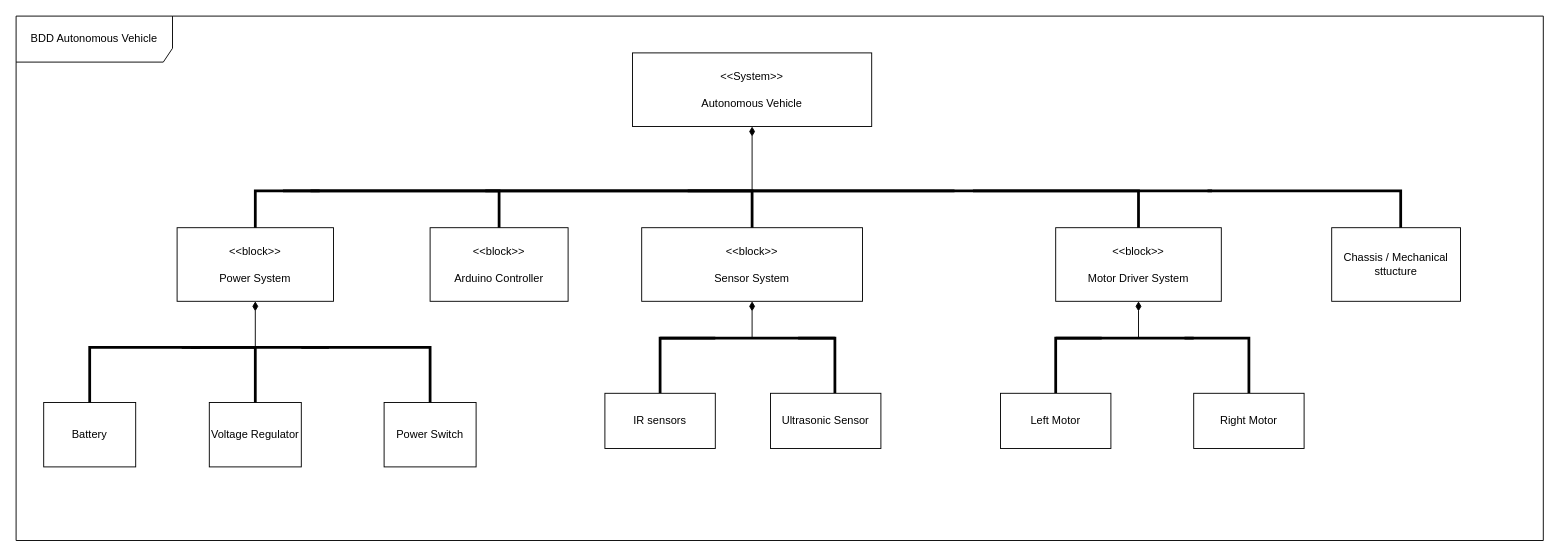
Before: SYSML Diagrams/Draw.io Source Files/Autonomous Vehicle BDD diagram.drawio in ali-imara/Autonomous-Vehicle, a draw.io diagram. Source tidied: cells renumbered, new cells numbered last; positions are measured from the earlier drawing's top-left corner, leaving out a move shared by most shapes. Both pictures are drawn from the tidied source at 92%, with x=0, y=0 at pixel (16, 16).
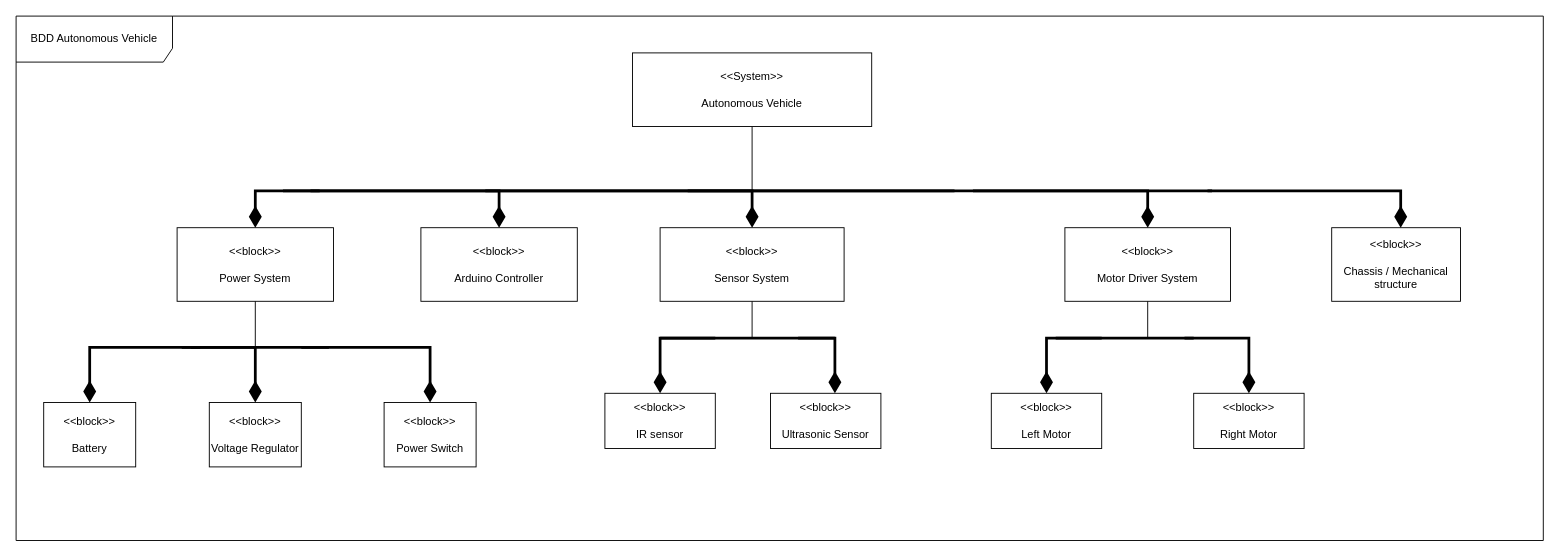
The same page after the edit.

The change refers to these unchanged cells:
```xml
<mxCell id="3" value="&amp;lt;&amp;lt;System&amp;gt;&amp;gt;&lt;div&gt;&lt;br&gt;&lt;/div&gt;&lt;div&gt;Autonomous Vehicle&lt;/div&gt;" style="rounded=0;whiteSpace=wrap;html=1;" parent="1" vertex="1">
  <mxGeometry x="670" y="40" width="260" height="80" as="geometry" />
</mxCell>
<mxCell id="4" value="&amp;lt;&amp;lt;block&amp;gt;&amp;gt;&lt;div&gt;&lt;br&gt;&lt;/div&gt;&lt;div&gt;Power System&lt;/div&gt;" style="rounded=0;whiteSpace=wrap;html=1;" parent="1" vertex="1">
  <mxGeometry x="175" y="230" width="170" height="80" as="geometry" />
</mxCell>
```

The edit, as a diff of the source:
```diff
@@
-    <mxCell id="2" style="endArrow=none;startArrow=diamondThin;endFill=0;startFill=1;html=1;verticalAlign=bottom;labelBackgroundColor=none;strokeWidth=1;startSize=8;endSize=8;rounded=0;exitX=0.5;exitY=1;exitDx=0;exitDy=0;" parent="1" edge="1" source="3">
+    <mxCell id="2" style="endArrow=none;startArrow=none;endFill=0;startFill=0;html=1;verticalAlign=bottom;labelBackgroundColor=none;strokeWidth=1;startSize=8;endSize=8;rounded=0;exitX=0.5;exitY=1;exitDx=0;exitDy=0;" parent="1" edge="1" source="3">
       <mxGeometry relative="1" as="geometry">
         <mxPoint x="800" y="190" as="targetPoint" />
       </mxGeometry>
     </mxCell>
@@
     <mxCell id="5" value="&amp;lt;&amp;lt;block&amp;gt;&amp;gt;&lt;div&gt;&lt;br&gt;&lt;/div&gt;&lt;div&gt;Arduino Controller&lt;/div&gt;" style="rounded=0;whiteSpace=wrap;html=1;" parent="1" vertex="1">
-      <mxGeometry x="450" y="230" width="150" height="80" as="geometry" />
+      <mxGeometry x="440" y="230" width="170" height="80" as="geometry" />
     </mxCell>
     <mxCell id="6" value="&amp;lt;&amp;lt;block&amp;gt;&amp;gt;&lt;div&gt;&lt;br&gt;&lt;/div&gt;&lt;div&gt;Sensor System&lt;/div&gt;" style="rounded=0;whiteSpace=wrap;html=1;" parent="1" vertex="1">
-      <mxGeometry x="680" y="230" width="240" height="80" as="geometry" />
+      <mxGeometry x="700" y="230" width="200" height="80" as="geometry" />
     </mxCell>
     <mxCell id="7" value="&amp;lt;&amp;lt;block&amp;gt;&amp;gt;&lt;div&gt;&lt;br&gt;&lt;/div&gt;&lt;div&gt;Motor Driver System&lt;/div&gt;" style="rounded=0;whiteSpace=wrap;html=1;" parent="1" vertex="1">
-      <mxGeometry x="1130" y="230" width="180" height="80" as="geometry" />
+      <mxGeometry x="1140" y="230" width="180" height="80" as="geometry" />
     </mxCell>
-    <mxCell id="8" value="Chassis / Mechanical sttucture" style="rounded=0;whiteSpace=wrap;html=1;" parent="1" vertex="1">
+    <mxCell id="8" value="&amp;lt;&amp;lt;block&amp;gt;&amp;gt;&lt;div&gt;&lt;br&gt;&lt;/div&gt;&lt;div&gt;Chassis / Mechanical structure&lt;/div&gt;" style="rounded=0;whiteSpace=wrap;html=1;" parent="1" vertex="1">
       <mxGeometry x="1430" y="230" width="140" height="80" as="geometry" />
     </mxCell>
@@
-    <mxCell id="10" style="endArrow=none;startArrow=none;endFill=0;startFill=0;endSize=8;html=1;verticalAlign=bottom;labelBackgroundColor=none;strokeWidth=3;rounded=0;exitX=0.5;exitY=0;exitDx=0;exitDy=0;" parent="1" edge="1">
+    <mxCell id="10" style="endArrow=none;startArrow=diamondThin;endFill=0;startFill=1;endSize=8;html=1;verticalAlign=bottom;labelBackgroundColor=none;strokeWidth=3;rounded=0;exitX=0.5;exitY=0;exitDx=0;exitDy=0;startSize=15;" parent="1" edge="1">
       <mxGeometry relative="1" as="geometry">
         <mxPoint x="260" y="230" as="sourcePoint" />
         <mxPoint x="330" y="190" as="targetPoint" />
         <Array as="points">
           <mxPoint x="260" y="190" />
         </Array>
       </mxGeometry>
     </mxCell>
-    <mxCell id="11" style="endArrow=none;startArrow=none;endFill=0;startFill=0;endSize=8;html=1;verticalAlign=bottom;labelBackgroundColor=none;strokeWidth=3;rounded=0;entryX=0.5;entryY=0;entryDx=0;entryDy=0;" parent="1" edge="1" target="5">
+    <mxCell id="11" style="endArrow=none;startArrow=diamondThin;endFill=0;startFill=1;endSize=8;html=1;verticalAlign=bottom;labelBackgroundColor=none;strokeWidth=3;rounded=0;entryX=0.5;entryY=0;entryDx=0;entryDy=0;exitX=0.5;exitY=0;exitDx=0;exitDy=0;startSize=15;" parent="1" edge="1" source="5">
       <mxGeometry relative="1" as="geometry">
-        <mxPoint x="320" y="190" as="sourcePoint" />
+        <mxPoint x="320" y="190" as="targetPoint" />
         <Array as="points">
           <mxPoint x="525" y="190" />
         </Array>
       </mxGeometry>
     </mxCell>
-    <mxCell id="12" style="endArrow=none;startArrow=none;endFill=0;startFill=0;endSize=8;html=1;verticalAlign=bottom;labelBackgroundColor=none;strokeWidth=3;rounded=0;entryX=0.5;entryY=0;entryDx=0;entryDy=0;" parent="1" edge="1" target="6">
+    <mxCell id="12" style="endArrow=none;startArrow=diamondThin;endFill=0;startFill=1;endSize=8;html=1;verticalAlign=bottom;labelBackgroundColor=none;strokeWidth=3;rounded=0;entryX=0.5;entryY=0;entryDx=0;entryDy=0;exitX=0.5;exitY=0;exitDx=0;exitDy=0;startSize=15;" parent="1" edge="1" source="6">
       <mxGeometry relative="1" as="geometry">
-        <mxPoint x="510" y="190" as="sourcePoint" />
+        <mxPoint x="510" y="190" as="targetPoint" />
         <Array as="points">
           <mxPoint x="800" y="190" />
         </Array>
       </mxGeometry>
     </mxCell>
-    <mxCell id="13" style="endArrow=none;startArrow=none;endFill=0;startFill=0;endSize=8;html=1;verticalAlign=bottom;labelBackgroundColor=none;strokeWidth=3;rounded=0;entryX=0.5;entryY=0;entryDx=0;entryDy=0;" parent="1" edge="1" target="7">
+    <mxCell id="13" style="endArrow=none;startArrow=diamondThin;endFill=0;startFill=1;endSize=8;html=1;verticalAlign=bottom;labelBackgroundColor=none;strokeWidth=3;rounded=0;entryX=0.5;entryY=0;entryDx=0;entryDy=0;exitX=0.5;exitY=0;exitDx=0;exitDy=0;startSize=15;" parent="1" edge="1" source="7">
       <mxGeometry relative="1" as="geometry">
-        <mxPoint x="730" y="190" as="sourcePoint" />
+        <mxPoint x="730" y="190" as="targetPoint" />
         <Array as="points">
-          <mxPoint x="1220" y="190" />
+          <mxPoint x="1230" y="190" />
         </Array>
       </mxGeometry>
     </mxCell>
-    <mxCell id="14" style="endArrow=none;startArrow=none;endFill=0;startFill=0;endSize=8;html=1;verticalAlign=bottom;labelBackgroundColor=none;strokeWidth=3;rounded=0;entryX=0.5;entryY=0;entryDx=0;entryDy=0;" parent="1" edge="1">
+    <mxCell id="14" style="endArrow=none;startArrow=diamondThin;endFill=0;startFill=1;endSize=8;html=1;verticalAlign=bottom;labelBackgroundColor=none;strokeWidth=3;rounded=0;entryX=0.5;entryY=0;entryDx=0;entryDy=0;startSize=15;" parent="1" edge="1">
       <mxGeometry relative="1" as="geometry">
-        <mxPoint x="1295" y="190" as="sourcePoint" />
-        <mxPoint x="1505" y="230" as="targetPoint" />
+        <mxPoint x="1505" y="230" as="sourcePoint" />
+        <mxPoint x="1295" y="190" as="targetPoint" />
         <Array as="points">
           <mxPoint x="1505" y="190" />
         </Array>
       </mxGeometry>
     </mxCell>
-    <mxCell id="15" style="endArrow=none;startArrow=diamondThin;endFill=0;startFill=1;html=1;verticalAlign=bottom;labelBackgroundColor=none;strokeWidth=1;startSize=8;endSize=8;rounded=0;exitX=0.5;exitY=1;exitDx=0;exitDy=0;" parent="1" edge="1" source="4">
+    <mxCell id="15" style="endArrow=none;startArrow=none;endFill=0;startFill=0;html=1;verticalAlign=bottom;labelBackgroundColor=none;strokeWidth=1;startSize=8;endSize=8;rounded=0;exitX=0.5;exitY=1;exitDx=0;exitDy=0;entryX=0.5;entryY=1;entryDx=0;entryDy=0;" parent="1" edge="1" target="4">
       <mxGeometry relative="1" as="geometry">
-        <mxPoint x="260" y="360" as="targetPoint" />
+        <mxPoint x="260" y="360" as="sourcePoint" />
       </mxGeometry>
     </mxCell>
-    <mxCell id="16" value="Battery" style="rounded=0;whiteSpace=wrap;html=1;" parent="1" vertex="1">
+    <mxCell id="16" value="&lt;div&gt;&amp;lt;&amp;lt;block&amp;gt;&amp;gt;&lt;/div&gt;&lt;div&gt;&lt;br&gt;&lt;/div&gt;Battery" style="rounded=0;whiteSpace=wrap;html=1;" parent="1" vertex="1">
       <mxGeometry x="30" y="420" width="100" height="70" as="geometry" />
     </mxCell>
-    <mxCell id="17" value="Voltage Regulator" style="rounded=0;whiteSpace=wrap;html=1;" parent="1" vertex="1">
+    <mxCell id="17" value="&amp;lt;&amp;lt;block&amp;gt;&amp;gt;&lt;div&gt;&lt;br&gt;&lt;/div&gt;&lt;div&gt;Voltage Regulator&lt;/div&gt;" style="rounded=0;whiteSpace=wrap;html=1;" parent="1" vertex="1">
       <mxGeometry x="210" y="420" width="100" height="70" as="geometry" />
     </mxCell>
-    <mxCell id="18" value="Power Switch" style="rounded=0;whiteSpace=wrap;html=1;" parent="1" vertex="1">
+    <mxCell id="18" value="&amp;lt;&amp;lt;block&amp;gt;&amp;gt;&lt;div&gt;&lt;br&gt;&lt;/div&gt;&lt;div&gt;Power Switch&lt;/div&gt;" style="rounded=0;whiteSpace=wrap;html=1;" parent="1" vertex="1">
       <mxGeometry x="400" y="420" width="100" height="70" as="geometry" />
     </mxCell>
@@
-    <mxCell id="20" style="endArrow=none;startArrow=none;endFill=0;startFill=0;endSize=8;html=1;verticalAlign=bottom;labelBackgroundColor=none;strokeWidth=3;rounded=0;exitX=0.5;exitY=0;exitDx=0;exitDy=0;" parent="1" edge="1" source="16">
+    <mxCell id="20" style="endArrow=none;startArrow=diamondThin;endFill=0;startFill=1;endSize=8;html=1;verticalAlign=bottom;labelBackgroundColor=none;strokeWidth=3;rounded=0;exitX=0.5;exitY=0;exitDx=0;exitDy=0;startSize=15;" parent="1" edge="1" source="16">
       <mxGeometry relative="1" as="geometry">
         <mxPoint x="200" y="360" as="targetPoint" />
         <Array as="points">
           <mxPoint x="80" y="360" />
         </Array>
       </mxGeometry>
     </mxCell>
-    <mxCell id="21" style="endArrow=none;startArrow=none;endFill=0;startFill=0;endSize=8;html=1;verticalAlign=bottom;labelBackgroundColor=none;strokeWidth=3;rounded=0;entryX=0.5;entryY=0;entryDx=0;entryDy=0;" parent="1" edge="1" target="17">
+    <mxCell id="21" style="endArrow=none;startArrow=diamondThin;endFill=0;startFill=1;endSize=8;html=1;verticalAlign=bottom;labelBackgroundColor=none;strokeWidth=3;rounded=0;entryX=0.5;entryY=0;entryDx=0;entryDy=0;exitX=0.5;exitY=0;exitDx=0;exitDy=0;startSize=15;" parent="1" edge="1" source="17">
       <mxGeometry relative="1" as="geometry">
-        <mxPoint x="190" y="360" as="sourcePoint" />
+        <mxPoint x="190" y="360" as="targetPoint" />
         <Array as="points">
           <mxPoint x="260" y="360" />
         </Array>
       </mxGeometry>
     </mxCell>
-    <mxCell id="22" style="endArrow=none;startArrow=none;endFill=0;startFill=0;endSize=8;html=1;verticalAlign=bottom;labelBackgroundColor=none;strokeWidth=3;rounded=0;entryX=0.5;entryY=0;entryDx=0;entryDy=0;" parent="1" edge="1" target="18">
+    <mxCell id="22" style="endArrow=none;startArrow=diamondThin;endFill=0;startFill=1;endSize=8;html=1;verticalAlign=bottom;labelBackgroundColor=none;strokeWidth=3;rounded=0;entryX=0.5;entryY=0;entryDx=0;entryDy=0;exitX=0.5;exitY=0;exitDx=0;exitDy=0;startSize=15;" parent="1" edge="1" source="18">
       <mxGeometry relative="1" as="geometry">
-        <mxPoint x="310" y="360" as="sourcePoint" />
+        <mxPoint x="310" y="360" as="targetPoint" />
         <Array as="points">
           <mxPoint x="450" y="360" />
         </Array>
       </mxGeometry>
     </mxCell>
@@
-    <mxCell id="24" style="endArrow=none;startArrow=diamondThin;endFill=0;startFill=1;html=1;verticalAlign=bottom;labelBackgroundColor=none;strokeWidth=1;startSize=8;endSize=8;rounded=0;exitX=0.5;exitY=1;exitDx=0;exitDy=0;" parent="1" edge="1" source="6">
+    <mxCell id="24" style="endArrow=none;startArrow=none;endFill=0;startFill=0;html=1;verticalAlign=bottom;labelBackgroundColor=none;strokeWidth=1;startSize=8;endSize=8;rounded=0;exitX=0.5;exitY=1;exitDx=0;exitDy=0;entryX=0.5;entryY=1;entryDx=0;entryDy=0;" parent="1" edge="1" target="6">
       <mxGeometry relative="1" as="geometry">
-        <mxPoint x="800" y="350" as="targetPoint" />
+        <mxPoint x="800" y="350" as="sourcePoint" />
       </mxGeometry>
     </mxCell>
@@
-    <mxCell id="26" style="endArrow=none;startArrow=none;endFill=0;startFill=0;endSize=8;html=1;verticalAlign=bottom;labelBackgroundColor=none;strokeWidth=3;rounded=0;" parent="1" edge="1">
+    <mxCell id="26" style="endArrow=none;startArrow=diamondThin;endFill=0;startFill=1;endSize=8;html=1;verticalAlign=bottom;labelBackgroundColor=none;strokeWidth=3;rounded=0;startSize=15;" parent="1" edge="1">
       <mxGeometry relative="1" as="geometry">
         <mxPoint x="700" y="410" as="sourcePoint" />
         <mxPoint x="760" y="350" as="targetPoint" />
         <Array as="points">
           <mxPoint x="700" y="350" />
         </Array>
       </mxGeometry>
     </mxCell>
-    <mxCell id="27" style="endArrow=none;startArrow=none;endFill=0;startFill=0;endSize=8;html=1;verticalAlign=bottom;labelBackgroundColor=none;strokeWidth=3;rounded=0;" parent="1" edge="1">
+    <mxCell id="27" style="endArrow=none;startArrow=diamondThin;endFill=0;startFill=1;endSize=8;html=1;verticalAlign=bottom;labelBackgroundColor=none;strokeWidth=3;rounded=0;startSize=15;" parent="1" edge="1">
       <mxGeometry relative="1" as="geometry">
-        <mxPoint x="850" y="350" as="sourcePoint" />
-        <mxPoint x="890" y="410" as="targetPoint" />
+        <mxPoint x="890" y="410" as="sourcePoint" />
+        <mxPoint x="850" y="350" as="targetPoint" />
         <Array as="points">
           <mxPoint x="890" y="350" />
         </Array>
       </mxGeometry>
     </mxCell>
-    <mxCell id="28" style="endArrow=none;startArrow=diamondThin;endFill=0;startFill=1;html=1;verticalAlign=bottom;labelBackgroundColor=none;strokeWidth=1;startSize=8;endSize=8;rounded=0;exitX=0.5;exitY=1;exitDx=0;exitDy=0;" parent="1" edge="1" source="7">
+    <mxCell id="28" style="endArrow=none;startArrow=none;endFill=0;startFill=0;html=1;verticalAlign=bottom;labelBackgroundColor=none;strokeWidth=1;startSize=8;endSize=8;rounded=0;entryX=0.5;entryY=1;entryDx=0;entryDy=0;" parent="1" edge="1" target="7">
       <mxGeometry relative="1" as="geometry">
-        <mxPoint x="1220" y="350" as="targetPoint" />
+        <mxPoint x="1230" y="350" as="sourcePoint" />
       </mxGeometry>
     </mxCell>
@@
-    <mxCell id="30" style="endArrow=none;startArrow=none;endFill=0;startFill=0;endSize=8;html=1;verticalAlign=bottom;labelBackgroundColor=none;strokeWidth=3;rounded=0;" parent="1" edge="1" source="34">
+    <mxCell id="30" style="endArrow=none;startArrow=diamondThin;endFill=0;startFill=1;endSize=8;html=1;verticalAlign=bottom;labelBackgroundColor=none;strokeWidth=3;rounded=0;startSize=15;" parent="1" edge="1" source="34">
       <mxGeometry relative="1" as="geometry">
         <mxPoint x="1180" y="350" as="targetPoint" />
         <Array as="points">
-          <mxPoint x="1130" y="350" />
+          <mxPoint x="1120" y="350" />
         </Array>
       </mxGeometry>
     </mxCell>
-    <mxCell id="31" style="endArrow=none;startArrow=none;endFill=0;startFill=0;endSize=8;html=1;verticalAlign=bottom;labelBackgroundColor=none;strokeWidth=3;rounded=0;" parent="1" edge="1" target="35">
+    <mxCell id="31" style="endArrow=none;startArrow=diamondThin;endFill=0;startFill=1;endSize=8;html=1;verticalAlign=bottom;labelBackgroundColor=none;strokeWidth=3;rounded=0;startSize=15;" parent="1" edge="1" source="35">
       <mxGeometry relative="1" as="geometry">
-        <mxPoint x="1270" y="350" as="sourcePoint" />
+        <mxPoint x="1270" y="350" as="targetPoint" />
         <Array as="points">
           <mxPoint x="1340" y="350" />
         </Array>
       </mxGeometry>
     </mxCell>
-    <mxCell id="32" value="IR sensors" style="rounded=0;whiteSpace=wrap;html=1;" parent="1" vertex="1">
+    <mxCell id="32" value="&amp;lt;&amp;lt;block&amp;gt;&amp;gt;&lt;div&gt;&lt;br&gt;&lt;/div&gt;&lt;div&gt;IR sensor&lt;/div&gt;" style="rounded=0;whiteSpace=wrap;html=1;" parent="1" vertex="1">
       <mxGeometry x="640" y="410" width="120" height="60" as="geometry" />
     </mxCell>
-    <mxCell id="33" value="Ultrasonic Sensor" style="rounded=0;whiteSpace=wrap;html=1;" parent="1" vertex="1">
+    <mxCell id="33" value="&amp;lt;&amp;lt;block&amp;gt;&amp;gt;&lt;div&gt;&lt;br&gt;&lt;/div&gt;&lt;div&gt;Ultrasonic Sensor&lt;/div&gt;" style="rounded=0;whiteSpace=wrap;html=1;" parent="1" vertex="1">
       <mxGeometry x="820" y="410" width="120" height="60" as="geometry" />
     </mxCell>
-    <mxCell id="34" value="Left Motor" style="rounded=0;whiteSpace=wrap;html=1;" parent="1" vertex="1">
-      <mxGeometry x="1070" y="410" width="120" height="60" as="geometry" />
+    <mxCell id="34" value="&amp;lt;&amp;lt;block&amp;gt;&amp;gt;&lt;div&gt;&lt;br&gt;&lt;/div&gt;&lt;div&gt;Left Motor&lt;/div&gt;" style="rounded=0;whiteSpace=wrap;html=1;" parent="1" vertex="1">
+      <mxGeometry x="1060" y="410" width="120" height="60" as="geometry" />
     </mxCell>
-    <mxCell id="35" value="Right Motor" style="rounded=0;whiteSpace=wrap;html=1;" parent="1" vertex="1">
+    <mxCell id="35" value="&amp;lt;&amp;lt;block&amp;gt;&amp;gt;&lt;div&gt;&lt;br&gt;&lt;/div&gt;&lt;div&gt;Right Motor&lt;/div&gt;" style="rounded=0;whiteSpace=wrap;html=1;" parent="1" vertex="1">
       <mxGeometry x="1280" y="410" width="120" height="60" as="geometry" />
     </mxCell>
```
